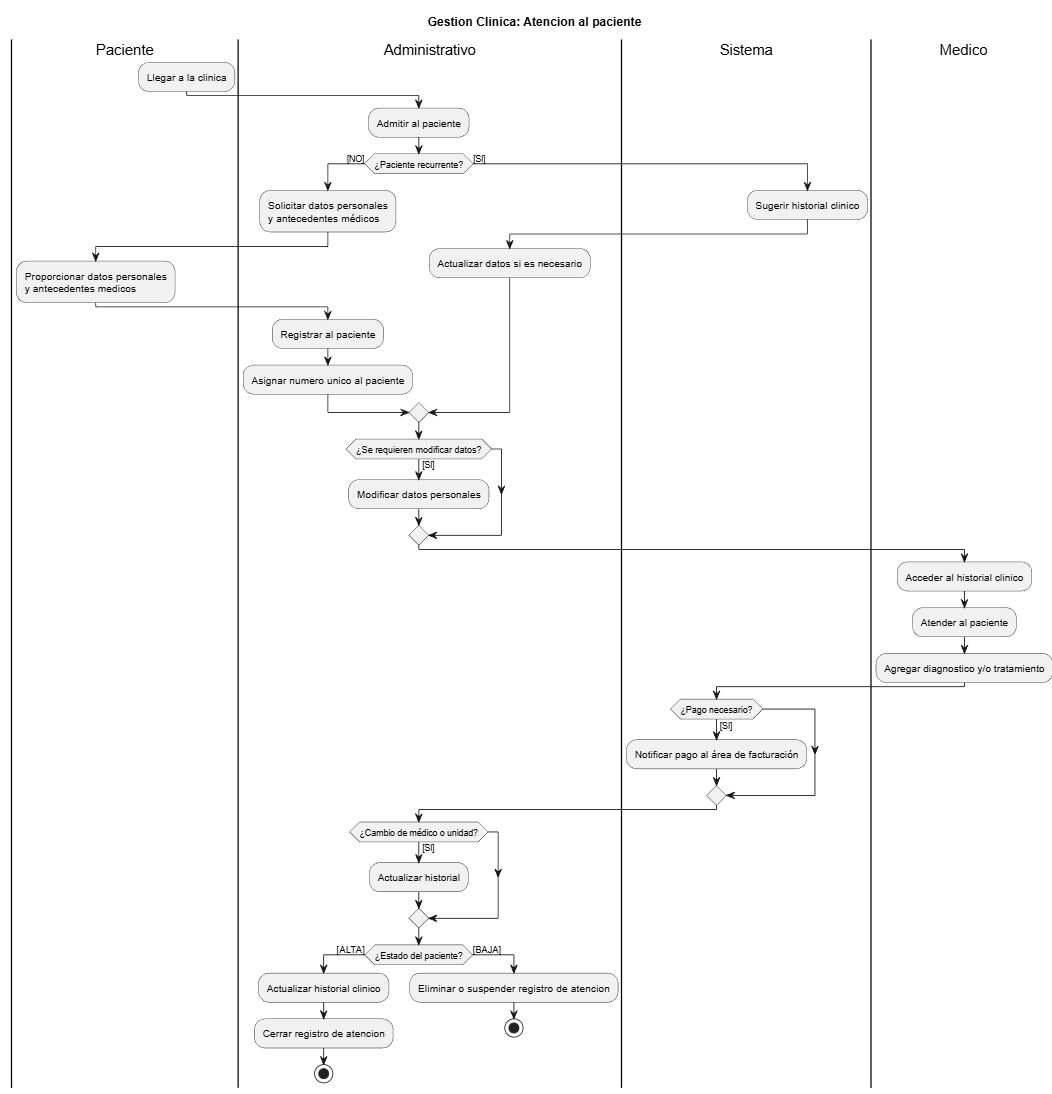
ATSUSHINICA/Proyecto keeps this PlantUML diagram as Diagramas/Diagrama de actividad/Diagrama_actividad.png. Above is the earlier version. Its source is kept beside it as Diagramas/Diagrama de actividad/Diagrama_actividad.plantuml.
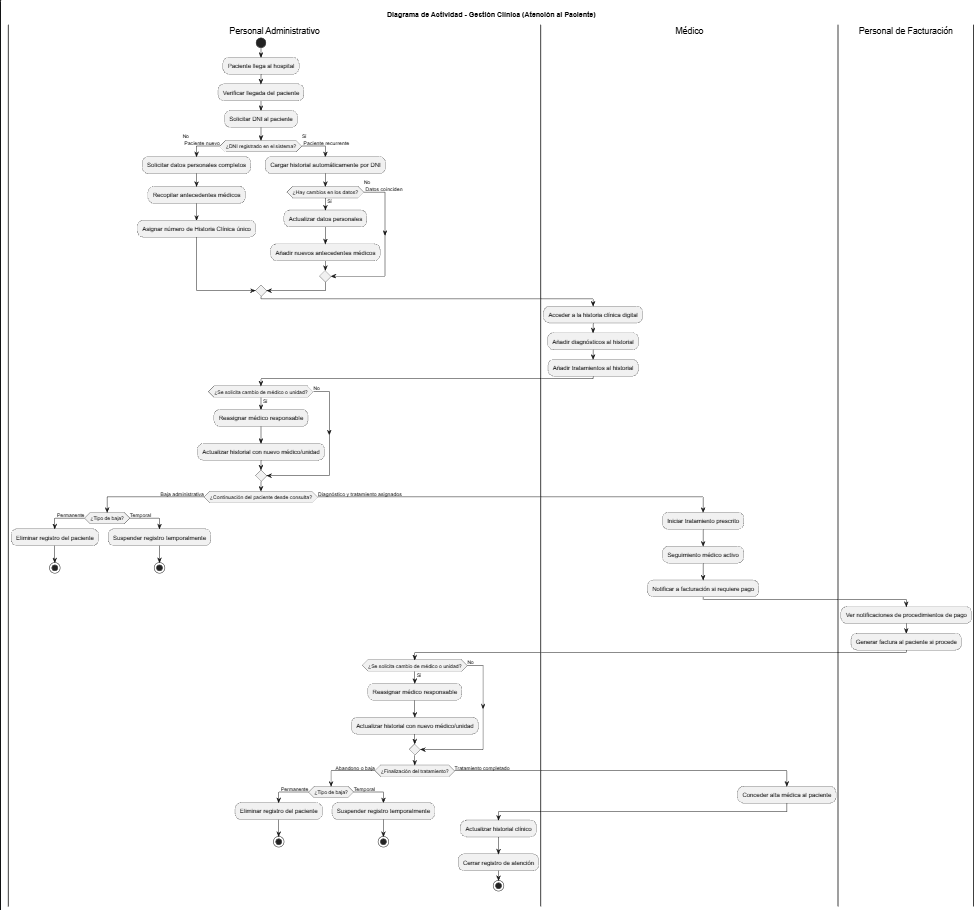
After the commit.

What changed in the source:
```diff
@@ -1,58 +1,126 @@
 @startuml
-title Gestion Clinica: Atencion al paciente
+title Diagrama de Actividad - Gestión Clínica (Atención al Paciente)
 
-|Paciente|
-:Llegar a la clinica;
+|Personal Administrativo|
+start
 
-|Administrativo|
-:Admitir al paciente;
+:Paciente llega al hospital;
+:Verificar llegada del paciente;
+:Solicitar DNI al paciente;
 
-if (¿Paciente recurrente?) then ([NO])
-    |Administrativo|
-    :Solicitar datos personales
-    y antecedentes médicos;
+if (¿DNI registrado en el sistema?) then (No  \n Paciente nuevo)
 
-    |Paciente|
-    :Proporcionar datos personales
-    y antecedentes medicos;
+    :Solicitar datos personales completos;
 
-    |Administrativo|
-    :Registrar al paciente;
-    :Asignar numero unico al paciente;
-else ([SI])
-    |Sistema|
-    :Sugerir historial clinico;
+    :Recopilar antecedentes médicos;
 
-    |Administrativo|
-    :Actualizar datos si es necesario;
-end if;
+    :Asignar número de Historia Clínica único;
 
-|Administrativo|
-if (¿Se requieren modificar datos?) then ([SI])
-    :Modificar datos personales;
-end if;
 
-|Medico|
-:Acceder al historial clinico;
-:Atender al paciente;
-:Agregar diagnostico y/o tratamiento;
+else (Sí \n Paciente recurrente)
 
-|Sistema|
-if (¿Pago necesario?) then ([SI])
-    :Notificar pago al área de facturación;
-end if;
+    :Cargar historial automáticamente por DNI;
 
-|Administrativo|
-if (¿Cambio de médico o unidad?) then ([SI])
-    :Actualizar historial;
-end if;
 
-if (¿Estado del paciente?) then ([ALTA])
-    :Actualizar historial clinico;
-    :Cerrar registro de atencion;
-    stop
-else ([BAJA])
-    :Eliminar o suspender registro de atencion;
-    stop
-end if;
+    if (¿Hay cambios en los datos?) then (Sí)
+        :Actualizar datos personales;
+        :Añadir nuevos antecedentes médicos;
+
+    else (No \n Datos coinciden)
+
+    endif
+
+endif
+
+
+|Médico|
+
+:Acceder a la historia clínica digital;
+:Añadir diagnósticos al historial;
+:Añadir tratamientos al historial;
+
+|Personal Administrativo|
+
+if (¿Se solicita cambio de médico o unidad?) then (Sí)
+
+    :Reasignar médico responsable;
+    :Actualizar historial con nuevo médico/unidad;
+else (No)
+
+endif
+
+if (¿Continuación del paciente desde consulta?) then (Baja administrativa)
+
+    if (¿Tipo de baja?) then (Permanente)
+
+        :Eliminar registro del paciente;
+
+        stop
+
+    else (Temporal)
+
+        :Suspender registro temporalmente;
+
+        stop
+
+    endif
+
+else (Diagnóstico y tratamiento asignados)
+
+
+
+
+    |Médico|
+
+    :Iniciar tratamiento prescrito;
+    :Seguimiento médico activo;
+
+
+    :Notificar a facturación si requiere pago;
+
+    |Personal de Facturación|
+
+
+    :Ver notificaciones de procedimientos de pago;
+    :Generar factura al paciente si procede;
+
+    |Personal Administrativo|
+
+    if (¿Se solicita cambio de médico o unidad?) then (Sí)
+        :Reasignar médico responsable;
+        :Actualizar historial con nuevo médico/unidad;
+    else (No)
+
+    endif
+
+    if (¿Finalización del tratamiento?) then (Abandono o baja)
+
+        if (¿Tipo de baja?) then (Permanente)
+
+            :Eliminar registro del paciente;
+
+            stop
+        else (Temporal)
+
+            :Suspender registro temporalmente;
+
+            stop
+        endif
+
+    else (Tratamiento completado)
+
+        |Médico|
+        :Conceder alta médica al paciente;
+
+
+        |Personal Administrativo|
+        :Actualizar historial clínico;
+        :Cerrar registro de atención;
+
+        stop
+
+    endif
+
+endif
+
 @enduml
```
